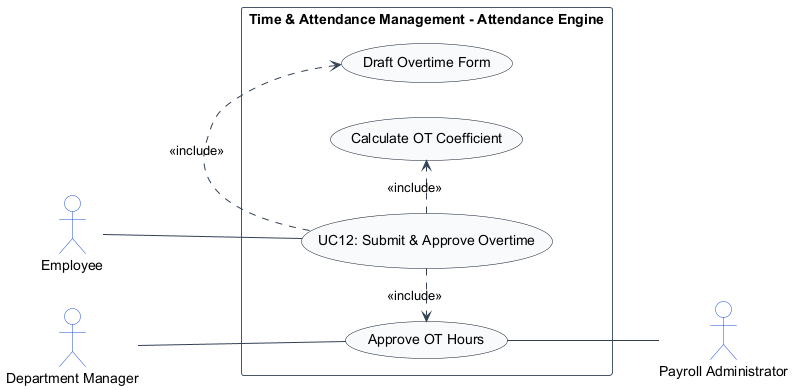
The PlantUML diagram usecase_images/UC12.png in TamBui1706/HRPlatform, before a commit.
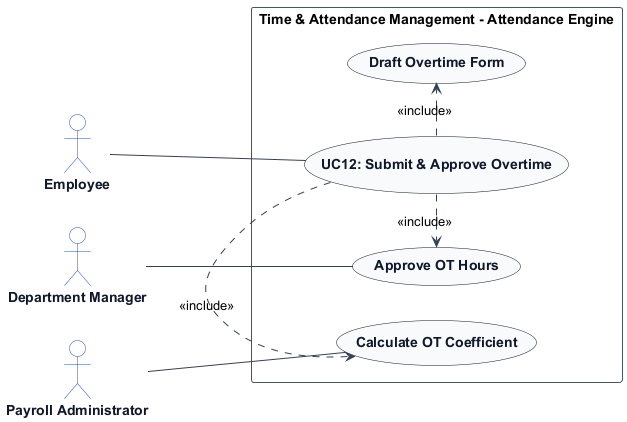
The same diagram one commit later.

Diff of the diagram source:
```diff
@@ -7,8 +7,14 @@
 skinparam ArrowColor #334155
 skinparam ActorBorderColor #1d4ed8
 skinparam ActorBackgroundColor #ffffff
+skinparam ActorFontColor #0f172a
+skinparam ActorFontStyle bold
+
 skinparam UsecaseBorderColor #0f172a
 skinparam UsecaseBackgroundColor #f8fafc
+skinparam UsecaseFontColor #0f172a
+skinparam UsecaseFontStyle bold
+
 skinparam RectangleBorderColor #475569
 skinparam RectangleBackgroundColor #ffffff
 
@@ -24,9 +30,9 @@
 
     Employee -- UC_Main
     DepartmentManager -- UC_ApproveOT
+    PayrollAdministrator -- UC_CalcCoeff
     UC_Main .> UC_DraftOT : <<include>>
     UC_Main .> UC_CalcCoeff : <<include>>
     UC_Main .> UC_ApproveOT : <<include>>
-    UC_ApproveOT -- PayrollAdministrator
 }
 @enduml
```
